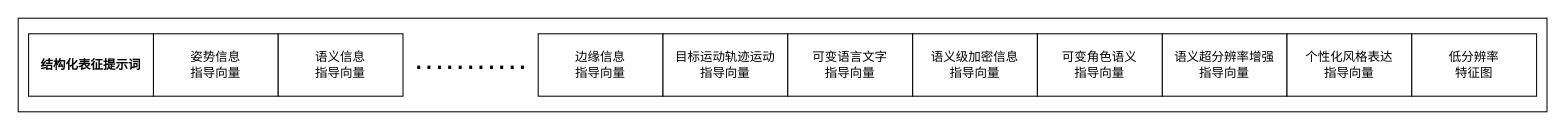
The draw.io diagram 结构化码流结构图.drawio in hrf666666/FlowCharts, before the edit. Source tidied: cells renumbered, new cells numbered last; positions are measured from the earlier drawing's top-left corner, leaving out a move shared by most shapes. Both pictures are drawn from the tidied source at 104%, with x=0, y=0 at pixel (18, 18).
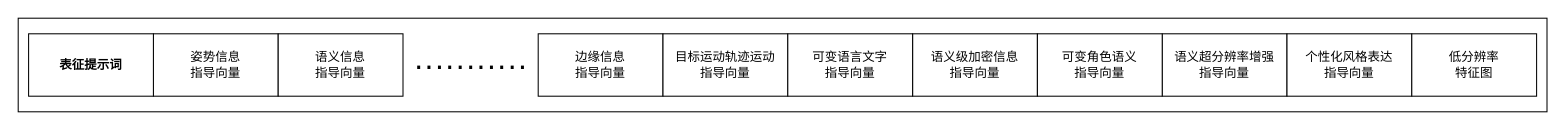
The same page after the edit.

Commit message:
更新结构化码流结构图.drawio

Change to the diagram source:
```diff
@@
 <mxGraphModel>
   <root>
     <mxCell id="0" />
     <mxCell id="1" parent="0" />
     <mxCell id="2" style="rounded=0;whiteSpace=wrap;html=1;" parent="1" vertex="1">
       <mxGeometry width="1470" height="90" as="geometry" />
     </mxCell>
     <mxCell id="3" value="姿势信息&lt;div&gt;指导向量&lt;/div&gt;" style="rounded=0;whiteSpace=wrap;html=1;" parent="1" vertex="1">
       <mxGeometry x="130" y="15" width="120" height="60" as="geometry" />
     </mxCell>
     <mxCell id="4" value="语义信息&lt;div&gt;指导向量&lt;/div&gt;" style="rounded=0;whiteSpace=wrap;html=1;" parent="1" vertex="1">
       <mxGeometry x="250" y="15" width="120" height="60" as="geometry" />
     </mxCell>
     <mxCell id="5" value="边缘信息&lt;div&gt;指导向量&lt;/div&gt;" style="rounded=0;whiteSpace=wrap;html=1;" parent="1" vertex="1">
       <mxGeometry x="500" y="15" width="120" height="60" as="geometry" />
     </mxCell>
-    <mxCell id="6" value="&lt;b&gt;结构化表征提示词&lt;/b&gt;" style="rounded=0;whiteSpace=wrap;html=1;" parent="1" vertex="1">
+    <mxCell id="6" value="&lt;b&gt;表征提示词&lt;/b&gt;" style="rounded=0;whiteSpace=wrap;html=1;" parent="1" vertex="1">
       <mxGeometry x="10" y="15" width="120" height="60" as="geometry" />
     </mxCell>
     <mxCell id="7" value="&lt;font style=&quot;font-size: 30px;&quot;&gt;···········&lt;/font&gt;" style="text;html=1;align=center;verticalAlign=middle;strokeColor=none;fillColor=none;" parent="1" vertex="1">
       <mxGeometry x="370" y="20" width="130" height="50" as="geometry" />
     </mxCell>
     <mxCell id="8" value="目标运动轨迹运动&lt;div&gt;指导向量&lt;/div&gt;" style="rounded=0;whiteSpace=wrap;html=1;" parent="1" vertex="1">
       <mxGeometry x="620" y="15" width="120" height="60" as="geometry" />
     </mxCell>
     <mxCell id="9" value="语义级加密信息&lt;div&gt;指导向量&lt;/div&gt;" style="rounded=0;whiteSpace=wrap;html=1;" parent="1" vertex="1">
       <mxGeometry x="860" y="15" width="120" height="60" as="geometry" />
     </mxCell>
     <mxCell id="10" value="语义超分辨率增强&lt;div&gt;指导向量&lt;/div&gt;" style="rounded=0;whiteSpace=wrap;html=1;" parent="1" vertex="1">
       <mxGeometry x="1100" y="15" width="120" height="60" as="geometry" />
     </mxCell>
     <mxCell id="11" value="可变语言文字&lt;div&gt;指导向量&lt;/div&gt;" style="rounded=0;whiteSpace=wrap;html=1;" parent="1" vertex="1">
       <mxGeometry x="740" y="15" width="120" height="60" as="geometry" />
     </mxCell>
     <mxCell id="12" value="&lt;div&gt;可变角色语义&lt;/div&gt;&lt;div&gt;指导向量&lt;/div&gt;" style="rounded=0;whiteSpace=wrap;html=1;" parent="1" vertex="1">
       <mxGeometry x="980" y="15" width="120" height="60" as="geometry" />
     </mxCell>
     <mxCell id="13" value="&lt;div&gt;个性化风格表达&lt;/div&gt;&lt;div&gt;指导向量&lt;/div&gt;" style="rounded=0;whiteSpace=wrap;html=1;" parent="1" vertex="1">
       <mxGeometry x="1220" y="15" width="120" height="60" as="geometry" />
     </mxCell>
     <mxCell id="14" value="&lt;div&gt;低分辨率&lt;/div&gt;&lt;div&gt;特征图&lt;/div&gt;" style="rounded=0;whiteSpace=wrap;html=1;" parent="1" vertex="1">
       <mxGeometry x="1340" y="15" width="120" height="60" as="geometry" />
     </mxCell>
   </root>
 </mxGraphModel>
```
